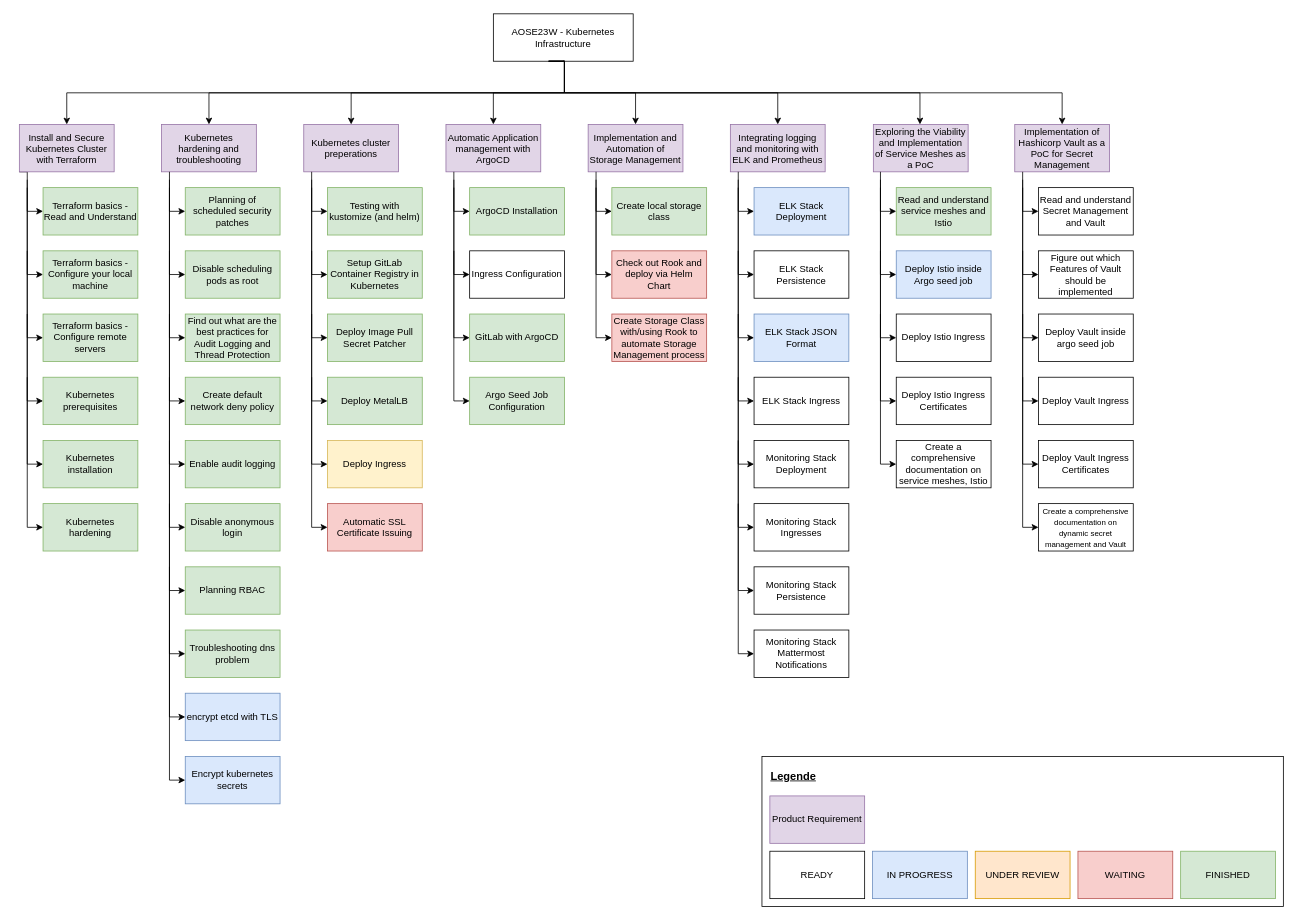
Earlier version of the draw.io diagram uni-bsc/product-requirements-kubernetes-infrastructure.drawio (pogii123/drawio-charts). Source tidied: cells renumbered, new cells numbered last; positions are measured from the earlier drawing's top-left corner, leaving out a move shared by most shapes. Both pictures are drawn from the tidied source at 79%, with x=0, y=0 at pixel (19, 13).
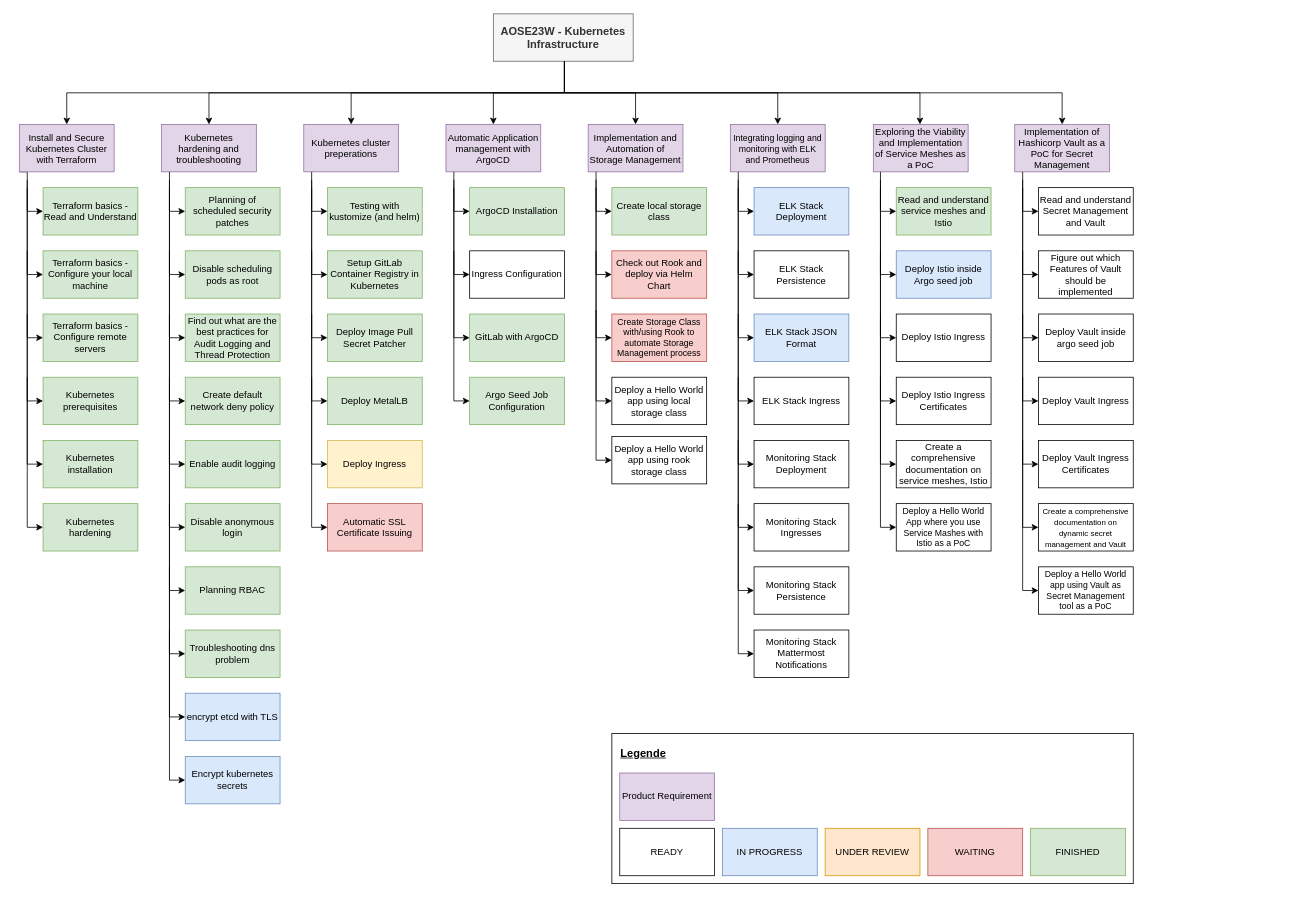
The same page after the edit.

The change refers to these unchanged cells:
```xml
<mxCell id="14" value="&lt;p style=&quot;margin: 0px; font-style: normal; font-variant-caps: normal; font-stretch: normal; line-height: normal; font-size-adjust: none; font-kerning: auto; font-variant-alternates: normal; font-variant-ligatures: normal; font-variant-numeric: normal; font-variant-east-asian: normal; font-variant-position: normal; font-feature-settings: normal; font-optical-sizing: auto; font-variation-settings: normal;&quot;&gt;&lt;font face=&quot;Helvetica&quot; style=&quot;font-size: 12px;&quot;&gt;Kubernetes hardening and troubleshooting&lt;/font&gt;&lt;/p&gt;" style="whiteSpace=wrap;html=1;rounded=0;fillColor=#e1d5e7;strokeColor=#9673a6;" parent="1" vertex="1">
  <mxGeometry x="180" y="140" width="120" height="60" as="geometry" />
</mxCell>
<mxCell id="15" value="&lt;p style=&quot;margin: 0px; font-style: normal; font-variant-caps: normal; font-stretch: normal; line-height: normal; font-size-adjust: none; font-kerning: auto; font-variant-alternates: normal; font-variant-ligatures: normal; font-variant-numeric: normal; font-variant-east-asian: normal; font-variant-position: normal; font-feature-settings: normal; font-optical-sizing: auto; font-variation-settings: normal;&quot;&gt;&lt;font face=&quot;Helvetica&quot; style=&quot;font-size: 12px;&quot;&gt;Kubernetes cluster preperations&lt;/font&gt;&lt;/p&gt;" style="whiteSpace=wrap;html=1;rounded=0;fillColor=#e1d5e7;strokeColor=#9673a6;" parent="1" vertex="1">
  <mxGeometry x="360" y="140" width="120" height="60" as="geometry" />
</mxCell>
<mxCell id="16" value="&lt;p style=&quot;margin: 0px; font-style: normal; font-variant-caps: normal; font-stretch: normal; line-height: normal; font-size-adjust: none; font-kerning: auto; font-variant-alternates: normal; font-variant-ligatures: normal; font-variant-numeric: normal; font-variant-east-asian: normal; font-variant-position: normal; font-feature-settings: normal; font-optical-sizing: auto; font-variation-settings: normal;&quot;&gt;&lt;font style=&quot;font-size: 12px;&quot;&gt;Automatic Application management with ArgoCD&lt;/font&gt;&lt;/p&gt;" style="whiteSpace=wrap;html=1;rounded=0;fillColor=#e1d5e7;strokeColor=#9673a6;" parent="1" vertex="1">
  <mxGeometry x="540" y="140" width="120" height="60" as="geometry" />
</mxCell>
<mxCell id="17" value="&lt;p style=&quot;margin: 0px; font-style: normal; font-variant-caps: normal; font-stretch: normal; line-height: normal; font-size-adjust: none; font-kerning: auto; font-variant-alternates: normal; font-variant-ligatures: normal; font-variant-numeric: normal; font-variant-east-asian: normal; font-variant-position: normal; font-feature-settings: normal; font-optical-sizing: auto; font-variation-settings: normal;&quot;&gt;&lt;font face=&quot;Helvetica&quot; style=&quot;font-size: 12px;&quot;&gt;Implementation and Automation of Storage Management&lt;/font&gt;&lt;/p&gt;" style="whiteSpace=wrap;html=1;rounded=0;fillColor=#e1d5e7;strokeColor=#9673a6;" parent="1" vertex="1">
  <mxGeometry x="720" y="140" width="120" height="60" as="geometry" />
</mxCell>
<mxCell id="20" value="&lt;p style=&quot;margin: 0px; font-style: normal; font-variant-caps: normal; font-stretch: normal; line-height: normal; font-size-adjust: none; font-kerning: auto; font-variant-alternates: normal; font-variant-ligatures: normal; font-variant-numeric: normal; font-variant-east-asian: normal; font-variant-position: normal; font-feature-settings: normal; font-optical-sizing: auto; font-variation-settings: normal;&quot;&gt;&lt;font style=&quot;font-size: 12px;&quot;&gt;Implementation of Hashicorp Vault as a PoC for Secret Management&lt;/font&gt;&lt;/p&gt;" style="whiteSpace=wrap;html=1;rounded=0;fillColor=#e1d5e7;strokeColor=#9673a6;" parent="1" vertex="1">
  <mxGeometry x="1260" y="140" width="120" height="60" as="geometry" />
</mxCell>
```

The edit, as a diff of the source:
```diff
@@
     <mxCell id="2" style="rounded=0;whiteSpace=wrap;html=1;" parent="1" vertex="1">
-      <mxGeometry x="940" y="940" width="660" height="190" as="geometry" />
+      <mxGeometry x="750" y="911" width="660" height="190" as="geometry" />
     </mxCell>
     <mxCell id="3" value="&lt;font style=&quot;font-size: 14px;&quot;&gt;&lt;u&gt;&lt;b&gt;Legende&lt;/b&gt;&lt;/u&gt;&lt;/font&gt;" style="text;html=1;strokeColor=none;fillColor=none;align=center;verticalAlign=middle;whiteSpace=wrap;rounded=0;" parent="1" vertex="1">
-      <mxGeometry x="950" y="950" width="60" height="30" as="geometry" />
+      <mxGeometry x="760" y="921" width="60" height="30" as="geometry" />
     </mxCell>
     <mxCell id="4" value="Product Requirement" style="rounded=0;whiteSpace=wrap;html=1;fillColor=#e1d5e7;strokeColor=#9673a6;" parent="1" vertex="1">
-      <mxGeometry x="950" y="990" width="120" height="60" as="geometry" />
+      <mxGeometry x="760" y="961" width="120" height="60" as="geometry" />
     </mxCell>
     <mxCell id="5" value="WAITING" style="rounded=0;whiteSpace=wrap;html=1;fillColor=#f8cecc;strokeColor=#b85450;" parent="1" vertex="1">
-      <mxGeometry x="1340" y="1060" width="120" height="60" as="geometry" />
+      <mxGeometry x="1150" y="1031" width="120" height="60" as="geometry" />
     </mxCell>
     <mxCell id="6" value="READY" style="rounded=0;whiteSpace=wrap;html=1;" parent="1" vertex="1">
-      <mxGeometry x="950" y="1060" width="120" height="60" as="geometry" />
+      <mxGeometry x="760" y="1031" width="120" height="60" as="geometry" />
     </mxCell>
     <mxCell id="7" value="IN PROGRESS" style="rounded=0;whiteSpace=wrap;html=1;fillColor=#dae8fc;strokeColor=#6c8ebf;" parent="1" vertex="1">
-      <mxGeometry x="1080" y="1060" width="120" height="60" as="geometry" />
+      <mxGeometry x="890" y="1031" width="120" height="60" as="geometry" />
     </mxCell>
     <mxCell id="8" value="UNDER REVIEW" style="rounded=0;whiteSpace=wrap;html=1;fillColor=#ffe6cc;strokeColor=#d79b00;" parent="1" vertex="1">
-      <mxGeometry x="1210" y="1060" width="120" height="60" as="geometry" />
+      <mxGeometry x="1020" y="1031" width="120" height="60" as="geometry" />
     </mxCell>
     <mxCell id="9" value="FINISHED" style="rounded=0;whiteSpace=wrap;html=1;fillColor=#d5e8d4;strokeColor=#82b366;" parent="1" vertex="1">
-      <mxGeometry x="1470" y="1060" width="120" height="60" as="geometry" />
+      <mxGeometry x="1280" y="1031" width="120" height="60" as="geometry" />
     </mxCell>
@@
-    <mxCell id="11" value="AOSE23W - Kubernetes Infrastructure" style="rounded=0;whiteSpace=wrap;html=1;" parent="1" vertex="1">
+    <mxCell id="11" value="AOSE23W - Kubernetes Infrastructure" style="rounded=0;whiteSpace=wrap;html=1;fillColor=#f5f5f5;fontColor=#333333;strokeColor=#666666;fontSize=14;fontStyle=1;" parent="1" vertex="1">
       <mxGeometry x="600" width="177" height="60" as="geometry" />
     </mxCell>
@@
-    <mxCell id="18" value="&lt;p style=&quot;margin: 0px; font-style: normal; font-variant-caps: normal; font-stretch: normal; line-height: normal; font-size-adjust: none; font-kerning: auto; font-variant-alternates: normal; font-variant-ligatures: normal; font-variant-numeric: normal; font-variant-east-asian: normal; font-variant-position: normal; font-feature-settings: normal; font-optical-sizing: auto; font-variation-settings: normal;&quot;&gt;&lt;font face=&quot;Helvetica&quot; style=&quot;font-size: 12px;&quot;&gt;Integrating logging and monitoring with ELK and Prometheus&lt;/font&gt;&lt;/p&gt;" style="whiteSpace=wrap;html=1;rounded=0;fillColor=#e1d5e7;strokeColor=#9673a6;" parent="1" vertex="1">
+    <mxCell id="18" value="&lt;p style=&quot;margin: 0px; font-style: normal; font-variant-caps: normal; font-stretch: normal; line-height: normal; font-size-adjust: none; font-kerning: auto; font-variant-alternates: normal; font-variant-ligatures: normal; font-variant-numeric: normal; font-variant-east-asian: normal; font-variant-position: normal; font-feature-settings: normal; font-optical-sizing: auto; font-variation-settings: normal;&quot;&gt;&lt;font style=&quot;font-size: 11px;&quot; face=&quot;Helvetica&quot;&gt;Integrating logging and monitoring with ELK and Prometheus&lt;/font&gt;&lt;/p&gt;" style="whiteSpace=wrap;html=1;rounded=0;fillColor=#e1d5e7;strokeColor=#9673a6;" parent="1" vertex="1">
       <mxGeometry x="900" y="140" width="120" height="60" as="geometry" />
     </mxCell>
@@
-    <mxCell id="21" style="edgeStyle=orthogonalEdgeStyle;rounded=0;jettySize=auto;html=1;entryX=0.5;entryY=0;entryDx=0;entryDy=0;exitX=0.5;exitY=1;exitDx=0;exitDy=0;" parent="1" edge="1" source="11" target="14">
+    <mxCell id="21" style="edgeStyle=orthogonalEdgeStyle;rounded=0;jettySize=auto;html=1;entryX=0.5;entryY=0;entryDx=0;entryDy=0;" parent="1" edge="1" target="14">
       <mxGeometry relative="1" as="geometry">
+        <mxPoint x="690" y="60" as="sourcePoint" />
         <Array as="points">
           <mxPoint x="690" y="60" />
           <mxPoint x="690" y="100" />
           <mxPoint x="240" y="100" />
         </Array>
       </mxGeometry>
     </mxCell>
-    <mxCell id="22" style="edgeStyle=orthogonalEdgeStyle;rounded=0;jettySize=auto;html=1;entryX=0.5;entryY=0;entryDx=0;entryDy=0;exitX=0.5;exitY=1;exitDx=0;exitDy=0;" parent="1" edge="1" source="11" target="17">
+    <mxCell id="22" style="edgeStyle=orthogonalEdgeStyle;rounded=0;jettySize=auto;html=1;entryX=0.5;entryY=0;entryDx=0;entryDy=0;" parent="1" edge="1" target="17">
       <mxGeometry relative="1" as="geometry">
+        <mxPoint x="690" y="60" as="sourcePoint" />
         <Array as="points">
           <mxPoint x="690" y="60" />
           <mxPoint x="690" y="100" />
           <mxPoint x="780" y="100" />
         </Array>
       </mxGeometry>
     </mxCell>
     <mxCell id="23" style="edgeStyle=orthogonalEdgeStyle;rounded=0;jettySize=auto;html=1;entryX=0.5;entryY=0;entryDx=0;entryDy=0;" parent="1" edge="1" target="16">
       <mxGeometry relative="1" as="geometry">
-        <mxPoint x="670" y="60" as="sourcePoint" />
+        <mxPoint x="690" y="60" as="sourcePoint" />
         <Array as="points">
           <mxPoint x="690" y="60" />
           <mxPoint x="690" y="100" />
           <mxPoint x="600" y="100" />
         </Array>
       </mxGeometry>
     </mxCell>
     <mxCell id="24" style="edgeStyle=orthogonalEdgeStyle;rounded=0;jettySize=auto;html=1;entryX=0.5;entryY=0;entryDx=0;entryDy=0;" parent="1" edge="1" target="15">
       <mxGeometry relative="1" as="geometry">
-        <mxPoint x="670" y="60" as="sourcePoint" />
+        <mxPoint x="690" y="60" as="sourcePoint" />
         <Array as="points">
           <mxPoint x="690" y="60" />
           <mxPoint x="690" y="100" />
           <mxPoint x="420" y="100" />
         </Array>
       </mxGeometry>
     </mxCell>
     <mxCell id="25" style="edgeStyle=orthogonalEdgeStyle;rounded=0;jettySize=auto;html=1;entryX=0.5;entryY=0;entryDx=0;entryDy=0;" parent="1" edge="1" target="18">
       <mxGeometry relative="1" as="geometry">
-        <mxPoint x="670" y="60" as="sourcePoint" />
+        <mxPoint x="690" y="60" as="sourcePoint" />
         <Array as="points">
           <mxPoint x="690" y="60" />
           <mxPoint x="690" y="100" />
           <mxPoint x="960" y="100" />
         </Array>
       </mxGeometry>
     </mxCell>
     <mxCell id="26" style="edgeStyle=orthogonalEdgeStyle;rounded=0;orthogonalLoop=1;jettySize=auto;html=1;" parent="1" edge="1">
       <mxGeometry relative="1" as="geometry">
-        <mxPoint x="670" y="60" as="sourcePoint" />
+        <mxPoint x="690" y="60" as="sourcePoint" />
         <mxPoint x="1140" y="140" as="targetPoint" />
         <Array as="points">
           <mxPoint x="690" y="60" />
           <mxPoint x="690" y="100" />
           <mxPoint x="1140" y="100" />
         </Array>
       </mxGeometry>
     </mxCell>
     <mxCell id="27" style="edgeStyle=orthogonalEdgeStyle;rounded=0;jettySize=auto;html=1;entryX=0.5;entryY=0;entryDx=0;entryDy=0;" parent="1" edge="1" target="20">
       <mxGeometry relative="1" as="geometry">
-        <mxPoint x="670" y="60" as="sourcePoint" />
+        <mxPoint x="690" y="60" as="sourcePoint" />
         <Array as="points">
           <mxPoint x="690" y="60" />
           <mxPoint x="690" y="100" />
           <mxPoint x="1320" y="100" />
         </Array>
       </mxGeometry>
     </mxCell>
@@
-    <mxCell id="81" value="Create Storage Class with/using Rook to automate Storage Management process" style="rounded=0;whiteSpace=wrap;html=1;fillColor=#f8cecc;strokeColor=#b85450;" parent="1" vertex="1">
+    <mxCell id="81" value="Create Storage Class with/using Rook to automate Storage Management process" style="rounded=0;whiteSpace=wrap;html=1;fillColor=#f8cecc;strokeColor=#b85450;fontSize=11;" parent="1" vertex="1">
       <mxGeometry x="750" y="380" width="120" height="60" as="geometry" />
     </mxCell>
@@
+    <mxCell id="123" value="Deploy a Hello World App where you use Service Mashes with Istio as a PoC" style="rounded=0;whiteSpace=wrap;html=1;fontSize=11;" parent="1" vertex="1">
+      <mxGeometry x="1110" y="620" width="120" height="60" as="geometry" />
+    </mxCell>
+    <mxCell id="124" style="edgeStyle=orthogonalEdgeStyle;rounded=0;orthogonalLoop=1;jettySize=auto;html=1;exitX=0;exitY=1;exitDx=0;exitDy=0;" parent="1" edge="1">
+      <mxGeometry relative="1" as="geometry">
+        <mxPoint x="1090" y="460" as="sourcePoint" />
+        <mxPoint x="1110" y="650" as="targetPoint" />
+        <Array as="points">
+          <mxPoint x="1090" y="650" />
+          <mxPoint x="1110" y="650" />
+        </Array>
+      </mxGeometry>
+    </mxCell>
+    <mxCell id="125" value="&lt;font style=&quot;font-size: 12px;&quot;&gt;Deploy a Hello World app using local storage class&lt;/font&gt;" style="rounded=0;whiteSpace=wrap;html=1;fontSize=11;" parent="1" vertex="1">
+      <mxGeometry x="750" y="460" width="120" height="60" as="geometry" />
+    </mxCell>
+    <mxCell id="126" value="Deploy a Hello World app using rook storage class" style="rounded=0;whiteSpace=wrap;html=1;fontSize=12;" parent="1" vertex="1">
+      <mxGeometry x="750" y="535" width="120" height="60" as="geometry" />
+    </mxCell>
+    <mxCell id="127" style="edgeStyle=orthogonalEdgeStyle;rounded=0;orthogonalLoop=1;jettySize=auto;html=1;exitX=0;exitY=1;exitDx=0;exitDy=0;" parent="1" edge="1">
+      <mxGeometry relative="1" as="geometry">
+        <mxPoint x="730" y="300" as="sourcePoint" />
+        <mxPoint x="750" y="490" as="targetPoint" />
+        <Array as="points">
+          <mxPoint x="730" y="490" />
+          <mxPoint x="750" y="490" />
+        </Array>
+      </mxGeometry>
+    </mxCell>
+    <mxCell id="128" style="edgeStyle=orthogonalEdgeStyle;rounded=0;orthogonalLoop=1;jettySize=auto;html=1;exitX=0;exitY=1;exitDx=0;exitDy=0;" parent="1" edge="1">
+      <mxGeometry relative="1" as="geometry">
+        <mxPoint x="730" y="375" as="sourcePoint" />
+        <mxPoint x="750" y="565" as="targetPoint" />
+        <Array as="points">
+          <mxPoint x="730" y="565" />
+          <mxPoint x="750" y="565" />
+        </Array>
+      </mxGeometry>
+    </mxCell>
+    <mxCell id="129" value="Deploy a Hello World app using Vault as Secret Management tool as a PoC" style="rounded=0;whiteSpace=wrap;html=1;fontSize=11;" parent="1" vertex="1">
+      <mxGeometry x="1290" y="700" width="120" height="60" as="geometry" />
+    </mxCell>
+    <mxCell id="130" style="edgeStyle=orthogonalEdgeStyle;rounded=0;orthogonalLoop=1;jettySize=auto;html=1;exitX=0;exitY=1;exitDx=0;exitDy=0;" parent="1" edge="1">
+      <mxGeometry relative="1" as="geometry">
+        <mxPoint x="1270" y="540" as="sourcePoint" />
+        <mxPoint x="1290" y="730" as="targetPoint" />
+        <Array as="points">
+          <mxPoint x="1270" y="730" />
+          <mxPoint x="1290" y="730" />
+        </Array>
+      </mxGeometry>
+    </mxCell>
```
